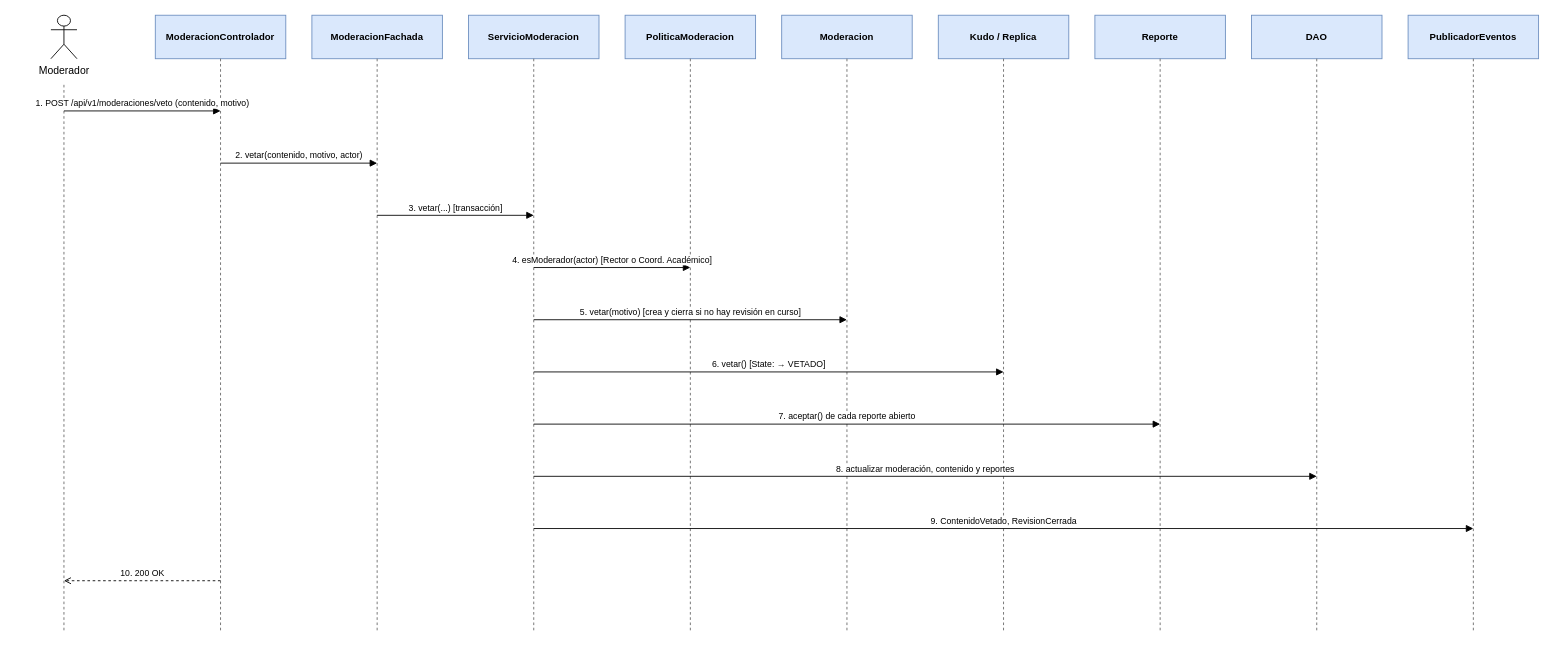
Earlier version of the draw.io diagram page "Vetar contenido" (3 of 5) of documentacion/fuentes/diagramas-secuencia.drawio (JaiderSoto07/kudos-backend). Source tidied: cells renumbered, new cells numbered last; positions are measured from the earlier drawing's top-left corner, leaving out a move shared by most shapes. Both pictures are drawn from the tidied source at 87%, with x=0, y=0 at pixel (50, 15).
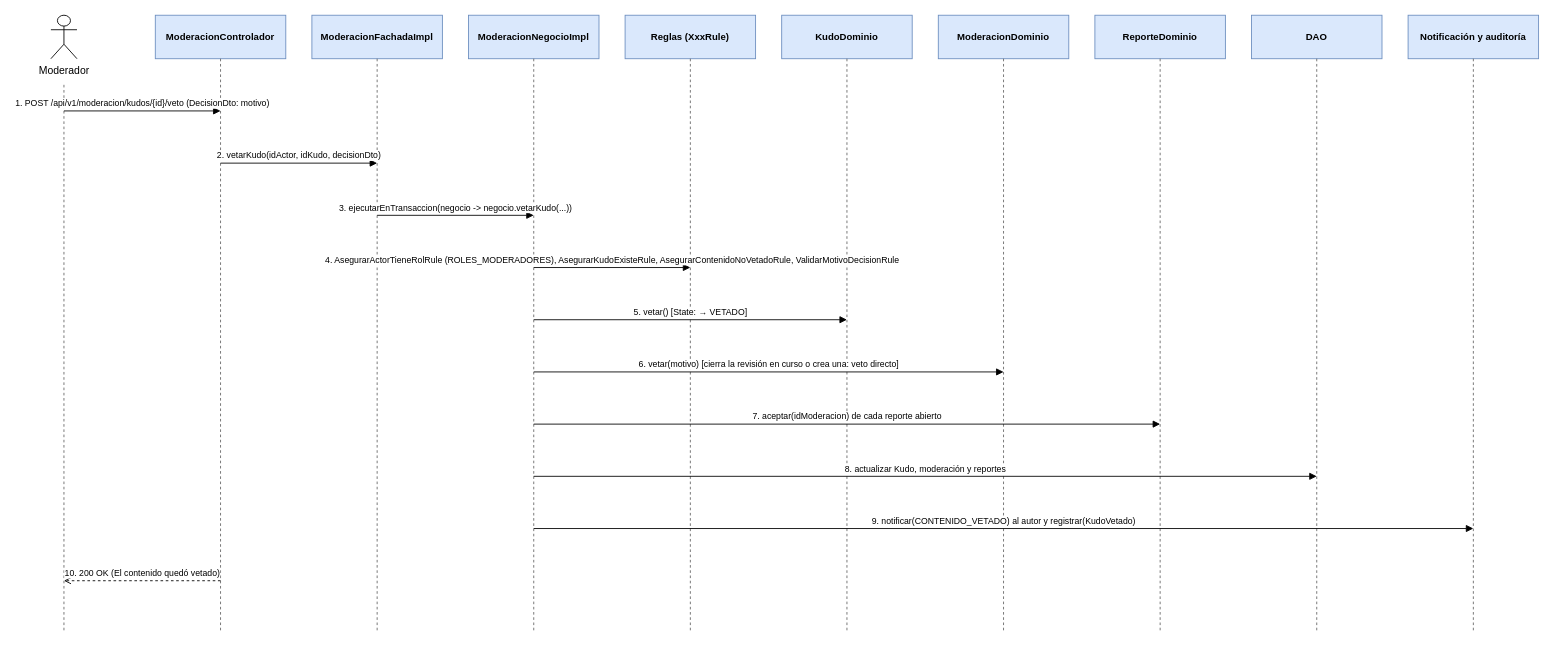
The same diagram, later.

Diff of the diagram source:
```diff
@@
-    <mxCell id="4" value="ModeracionFachada" style="rounded=0;whiteSpace=wrap;html=1;fillColor=#dae8fc;strokeColor=#6c8ebf;fontStyle=1;fontSize=11;" parent="1" vertex="1">
+    <mxCell id="4" value="ModeracionFachadaImpl" style="rounded=0;whiteSpace=wrap;html=1;fillColor=#dae8fc;strokeColor=#6c8ebf;fontStyle=1;fontSize=11;" parent="1" vertex="1">
       <mxGeometry x="300" width="150" height="50" as="geometry" />
     </mxCell>
-    <mxCell id="5" value="ServicioModeracion" style="rounded=0;whiteSpace=wrap;html=1;fillColor=#dae8fc;strokeColor=#6c8ebf;fontStyle=1;fontSize=11;" parent="1" vertex="1">
+    <mxCell id="5" value="ModeracionNegocioImpl" style="rounded=0;whiteSpace=wrap;html=1;fillColor=#dae8fc;strokeColor=#6c8ebf;fontStyle=1;fontSize=11;" parent="1" vertex="1">
       <mxGeometry x="480" width="150" height="50" as="geometry" />
     </mxCell>
-    <mxCell id="6" value="PoliticaModeracion" style="rounded=0;whiteSpace=wrap;html=1;fillColor=#dae8fc;strokeColor=#6c8ebf;fontStyle=1;fontSize=11;" parent="1" vertex="1">
+    <mxCell id="6" value="Reglas (XxxRule)" style="rounded=0;whiteSpace=wrap;html=1;fillColor=#dae8fc;strokeColor=#6c8ebf;fontStyle=1;fontSize=11;" parent="1" vertex="1">
       <mxGeometry x="660" width="150" height="50" as="geometry" />
     </mxCell>
-    <mxCell id="7" value="Moderacion" style="rounded=0;whiteSpace=wrap;html=1;fillColor=#dae8fc;strokeColor=#6c8ebf;fontStyle=1;fontSize=11;" parent="1" vertex="1">
+    <mxCell id="7" value="KudoDominio" style="rounded=0;whiteSpace=wrap;html=1;fillColor=#dae8fc;strokeColor=#6c8ebf;fontStyle=1;fontSize=11;" parent="1" vertex="1">
       <mxGeometry x="840" width="150" height="50" as="geometry" />
     </mxCell>
-    <mxCell id="8" value="Kudo / Replica" style="rounded=0;whiteSpace=wrap;html=1;fillColor=#dae8fc;strokeColor=#6c8ebf;fontStyle=1;fontSize=11;" parent="1" vertex="1">
+    <mxCell id="8" value="ModeracionDominio" style="rounded=0;whiteSpace=wrap;html=1;fillColor=#dae8fc;strokeColor=#6c8ebf;fontStyle=1;fontSize=11;" parent="1" vertex="1">
       <mxGeometry x="1020" width="150" height="50" as="geometry" />
     </mxCell>
-    <mxCell id="9" value="Reporte" style="rounded=0;whiteSpace=wrap;html=1;fillColor=#dae8fc;strokeColor=#6c8ebf;fontStyle=1;fontSize=11;" parent="1" vertex="1">
+    <mxCell id="9" value="ReporteDominio" style="rounded=0;whiteSpace=wrap;html=1;fillColor=#dae8fc;strokeColor=#6c8ebf;fontStyle=1;fontSize=11;" parent="1" vertex="1">
       <mxGeometry x="1200" width="150" height="50" as="geometry" />
     </mxCell>
@@
-    <mxCell id="11" value="PublicadorEventos" style="rounded=0;whiteSpace=wrap;html=1;fillColor=#dae8fc;strokeColor=#6c8ebf;fontStyle=1;fontSize=11;" parent="1" vertex="1">
+    <mxCell id="11" value="Notificación y auditoría" style="rounded=0;whiteSpace=wrap;html=1;fillColor=#dae8fc;strokeColor=#6c8ebf;fontStyle=1;fontSize=11;" parent="1" vertex="1">
       <mxGeometry x="1560" width="150" height="50" as="geometry" />
     </mxCell>
@@
-    <mxCell id="22" value="1. POST /api/v1/moderaciones/veto (contenido, motivo)" style="endArrow=block;endFill=1;html=1;rounded=0;fontSize=10;labelBackgroundColor=#ffffff;verticalAlign=bottom;" parent="1" edge="1">
+    <mxCell id="22" value="1. POST /api/v1/moderacion/kudos/{id}/veto (DecisionDto: motivo)" style="endArrow=block;endFill=1;html=1;rounded=0;fontSize=10;labelBackgroundColor=#ffffff;verticalAlign=bottom;" parent="1" edge="1">
       <mxGeometry relative="1" as="geometry">
         <mxPoint x="15" y="110" as="sourcePoint" />
         <mxPoint x="195" y="110" as="targetPoint" />
       </mxGeometry>
     </mxCell>
-    <mxCell id="23" value="2. vetar(contenido, motivo, actor)" style="endArrow=block;endFill=1;html=1;rounded=0;fontSize=10;labelBackgroundColor=#ffffff;verticalAlign=bottom;" parent="1" edge="1">
+    <mxCell id="23" value="2. vetarKudo(idActor, idKudo, decisionDto)" style="endArrow=block;endFill=1;html=1;rounded=0;fontSize=10;labelBackgroundColor=#ffffff;verticalAlign=bottom;" parent="1" edge="1">
       <mxGeometry relative="1" as="geometry">
         <mxPoint x="195" y="170" as="sourcePoint" />
         <mxPoint x="375" y="170" as="targetPoint" />
       </mxGeometry>
     </mxCell>
-    <mxCell id="24" value="3. vetar(...)  [transacción]" style="endArrow=block;endFill=1;html=1;rounded=0;fontSize=10;labelBackgroundColor=#ffffff;verticalAlign=bottom;" parent="1" edge="1">
+    <mxCell id="24" value="3. ejecutarEnTransaccion(negocio -&gt; negocio.vetarKudo(...))" style="endArrow=block;endFill=1;html=1;rounded=0;fontSize=10;labelBackgroundColor=#ffffff;verticalAlign=bottom;" parent="1" edge="1">
       <mxGeometry relative="1" as="geometry">
         <mxPoint x="375" y="230" as="sourcePoint" />
         <mxPoint x="555" y="230" as="targetPoint" />
       </mxGeometry>
     </mxCell>
-    <mxCell id="25" value="4. esModerador(actor)  [Rector o Coord. Académico]" style="endArrow=block;endFill=1;html=1;rounded=0;fontSize=10;labelBackgroundColor=#ffffff;verticalAlign=bottom;" parent="1" edge="1">
+    <mxCell id="25" value="4. AsegurarActorTieneRolRule (ROLES_MODERADORES), AsegurarKudoExisteRule, AsegurarContenidoNoVetadoRule, ValidarMotivoDecisionRule" style="endArrow=block;endFill=1;html=1;rounded=0;fontSize=10;labelBackgroundColor=#ffffff;verticalAlign=bottom;" parent="1" edge="1">
       <mxGeometry relative="1" as="geometry">
         <mxPoint x="555" y="290" as="sourcePoint" />
         <mxPoint x="735" y="290" as="targetPoint" />
       </mxGeometry>
     </mxCell>
-    <mxCell id="26" value="5. vetar(motivo)  [crea y cierra si no hay revisión en curso]" style="endArrow=block;endFill=1;html=1;rounded=0;fontSize=10;labelBackgroundColor=#ffffff;verticalAlign=bottom;" parent="1" edge="1">
+    <mxCell id="26" value="5. vetar()  [State: → VETADO]" style="endArrow=block;endFill=1;html=1;rounded=0;fontSize=10;labelBackgroundColor=#ffffff;verticalAlign=bottom;" parent="1" edge="1">
       <mxGeometry relative="1" as="geometry">
         <mxPoint x="555" y="350" as="sourcePoint" />
         <mxPoint x="915" y="350" as="targetPoint" />
       </mxGeometry>
     </mxCell>
-    <mxCell id="27" value="6. vetar()  [State: → VETADO]" style="endArrow=block;endFill=1;html=1;rounded=0;fontSize=10;labelBackgroundColor=#ffffff;verticalAlign=bottom;" parent="1" edge="1">
+    <mxCell id="27" value="6. vetar(motivo)  [cierra la revisión en curso o crea una: veto directo]" style="endArrow=block;endFill=1;html=1;rounded=0;fontSize=10;labelBackgroundColor=#ffffff;verticalAlign=bottom;" parent="1" edge="1">
       <mxGeometry relative="1" as="geometry">
         <mxPoint x="555" y="410" as="sourcePoint" />
         <mxPoint x="1095" y="410" as="targetPoint" />
       </mxGeometry>
     </mxCell>
-    <mxCell id="28" value="7. aceptar() de cada reporte abierto" style="endArrow=block;endFill=1;html=1;rounded=0;fontSize=10;labelBackgroundColor=#ffffff;verticalAlign=bottom;" parent="1" edge="1">
+    <mxCell id="28" value="7. aceptar(idModeracion) de cada reporte abierto" style="endArrow=block;endFill=1;html=1;rounded=0;fontSize=10;labelBackgroundColor=#ffffff;verticalAlign=bottom;" parent="1" edge="1">
       <mxGeometry relative="1" as="geometry">
         <mxPoint x="555" y="470" as="sourcePoint" />
         <mxPoint x="1275" y="470" as="targetPoint" />
       </mxGeometry>
     </mxCell>
-    <mxCell id="29" value="8. actualizar moderación, contenido y reportes" style="endArrow=block;endFill=1;html=1;rounded=0;fontSize=10;labelBackgroundColor=#ffffff;verticalAlign=bottom;" parent="1" edge="1">
+    <mxCell id="29" value="8. actualizar Kudo, moderación y reportes" style="endArrow=block;endFill=1;html=1;rounded=0;fontSize=10;labelBackgroundColor=#ffffff;verticalAlign=bottom;" parent="1" edge="1">
       <mxGeometry relative="1" as="geometry">
         <mxPoint x="555" y="530" as="sourcePoint" />
         <mxPoint x="1455" y="530" as="targetPoint" />
       </mxGeometry>
     </mxCell>
-    <mxCell id="30" value="9. ContenidoVetado, RevisionCerrada" style="endArrow=block;endFill=1;html=1;rounded=0;fontSize=10;labelBackgroundColor=#ffffff;verticalAlign=bottom;" parent="1" edge="1">
+    <mxCell id="30" value="9. notificar(CONTENIDO_VETADO) al autor y registrar(KudoVetado)" style="endArrow=block;endFill=1;html=1;rounded=0;fontSize=10;labelBackgroundColor=#ffffff;verticalAlign=bottom;" parent="1" edge="1">
       <mxGeometry relative="1" as="geometry">
         <mxPoint x="555" y="590" as="sourcePoint" />
         <mxPoint x="1635" y="590" as="targetPoint" />
       </mxGeometry>
     </mxCell>
-    <mxCell id="31" value="10. 200 OK" style="endArrow=open;endFill=0;dashed=1;html=1;rounded=0;fontSize=10;labelBackgroundColor=#ffffff;verticalAlign=bottom;" parent="1" edge="1">
+    <mxCell id="31" value="10. 200 OK (El contenido quedó vetado)" style="endArrow=open;endFill=0;dashed=1;html=1;rounded=0;fontSize=10;labelBackgroundColor=#ffffff;verticalAlign=bottom;" parent="1" edge="1">
       <mxGeometry relative="1" as="geometry">
         <mxPoint x="195" y="650" as="sourcePoint" />
         <mxPoint x="15" y="650" as="targetPoint" />
       </mxGeometry>
     </mxCell>
```
